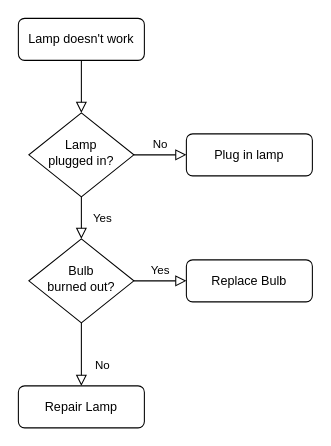
Earlier version of the draw.io diagram Untitled Diagram.drawio (celio86/mdc118). Source tidied: cells renumbered, new cells numbered last; positions are measured from the earlier drawing's top-left corner, leaving out a move shared by most shapes. Both pictures are drawn from the tidied source at 105%, with x=0, y=0 at pixel (18, 18).
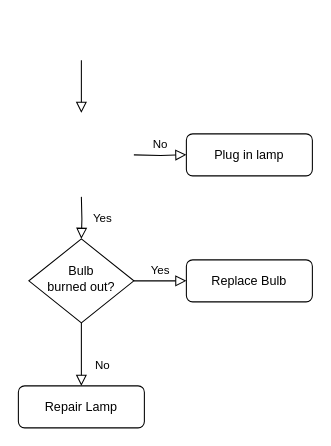
The same page after the edit.

The edit, as a diff of the source:
```diff
@@
 <mxGraphModel>
   <root>
     <mxCell id="0" />
     <mxCell id="1" parent="0" />
-    <mxCell id="2" style="rounded=0;html=1;jettySize=auto;fontSize=11;endArrow=block;endFill=0;endSize=8;strokeWidth=1;shadow=0;labelBackgroundColor=none;edgeStyle=orthogonalEdgeStyle;" parent="1" edge="1" source="3" target="6">
-      <mxGeometry relative="1" as="geometry" />
+    <mxCell id="2" style="rounded=0;html=1;jettySize=auto;orthogonalLoop=1;fontSize=11;endArrow=block;endFill=0;endSize=8;strokeWidth=1;shadow=0;labelBackgroundColor=none;edgeStyle=orthogonalEdgeStyle;" parent="1" edge="1">
+      <mxGeometry relative="1" as="geometry">
+        <mxPoint x="60" y="40" as="sourcePoint" />
+        <mxPoint x="60" y="90" as="targetPoint" />
+      </mxGeometry>
     </mxCell>
-    <mxCell id="3" value="Lamp doesn't work" style="rounded=1;whiteSpace=wrap;html=1;fontSize=12;glass=0;strokeWidth=1;shadow=0;" parent="1" vertex="1">
-      <mxGeometry width="120" height="40" as="geometry" />
-    </mxCell>
-    <mxCell id="4" value="Yes" style="rounded=0;html=1;jettySize=auto;fontSize=11;endArrow=block;endFill=0;endSize=8;strokeWidth=1;shadow=0;labelBackgroundColor=none;edgeStyle=orthogonalEdgeStyle;" parent="1" edge="1" source="6" target="10">
-      <mxGeometry y="20" relative="1" as="geometry" />
+    <mxCell id="4" value="Yes" style="rounded=0;html=1;jettySize=auto;fontSize=11;endArrow=block;endFill=0;endSize=8;strokeWidth=1;shadow=0;labelBackgroundColor=none;edgeStyle=orthogonalEdgeStyle;" parent="1" edge="1" target="10">
+      <mxGeometry y="20" relative="1" as="geometry">
+        <mxPoint x="60" y="170" as="sourcePoint" />
+      </mxGeometry>
     </mxCell>
-    <mxCell id="5" value="No" style="edgeStyle=orthogonalEdgeStyle;rounded=0;html=1;jettySize=auto;fontSize=11;endArrow=block;endFill=0;endSize=8;strokeWidth=1;shadow=0;labelBackgroundColor=none;" parent="1" edge="1" source="6" target="7">
-      <mxGeometry y="10" relative="1" as="geometry" />
+    <mxCell id="5" value="No" style="edgeStyle=orthogonalEdgeStyle;rounded=0;html=1;jettySize=auto;fontSize=11;endArrow=block;endFill=0;endSize=8;strokeWidth=1;shadow=0;labelBackgroundColor=none;" parent="1" edge="1" target="7">
+      <mxGeometry y="10" relative="1" as="geometry">
+        <mxPoint x="110" y="130" as="sourcePoint" />
+      </mxGeometry>
     </mxCell>
-    <mxCell id="6" value="Lamp&lt;br&gt;plugged in?" style="rhombus;whiteSpace=wrap;html=1;shadow=0;fontFamily=Helvetica;fontSize=12;align=center;strokeWidth=1;spacing=6;spacingTop=-4;" parent="1" vertex="1">
-      <mxGeometry x="10" y="90" width="100" height="80" as="geometry" />
-    </mxCell>
     <mxCell id="7" value="Plug in lamp" style="rounded=1;whiteSpace=wrap;html=1;fontSize=12;glass=0;strokeWidth=1;shadow=0;" parent="1" vertex="1">
       <mxGeometry x="160" y="110" width="120" height="40" as="geometry" />
     </mxCell>
     <mxCell id="8" value="No" style="rounded=0;html=1;jettySize=auto;fontSize=11;endArrow=block;endFill=0;endSize=8;strokeWidth=1;shadow=0;labelBackgroundColor=none;edgeStyle=orthogonalEdgeStyle;" parent="1" edge="1" source="10" target="11">
       <mxGeometry x="0.33" y="20" relative="1" as="geometry" />
     </mxCell>
     <mxCell id="9" value="Yes" style="edgeStyle=orthogonalEdgeStyle;rounded=0;html=1;jettySize=auto;fontSize=11;endArrow=block;endFill=0;endSize=8;strokeWidth=1;shadow=0;labelBackgroundColor=none;" parent="1" edge="1" source="10" target="12">
       <mxGeometry y="10" relative="1" as="geometry" />
     </mxCell>
     <mxCell id="10" value="Bulb&lt;br&gt;burned out?" style="rhombus;whiteSpace=wrap;html=1;shadow=0;fontFamily=Helvetica;fontSize=12;align=center;strokeWidth=1;spacing=6;spacingTop=-4;" parent="1" vertex="1">
       <mxGeometry x="10" y="210" width="100" height="80" as="geometry" />
     </mxCell>
     <mxCell id="11" value="Repair Lamp" style="rounded=1;whiteSpace=wrap;html=1;fontSize=12;glass=0;strokeWidth=1;shadow=0;" parent="1" vertex="1">
       <mxGeometry y="350" width="120" height="40" as="geometry" />
     </mxCell>
     <mxCell id="12" value="Replace Bulb" style="rounded=1;whiteSpace=wrap;html=1;fontSize=12;glass=0;strokeWidth=1;shadow=0;" parent="1" vertex="1">
       <mxGeometry x="160" y="230" width="120" height="40" as="geometry" />
     </mxCell>
   </root>
 </mxGraphModel>
```
